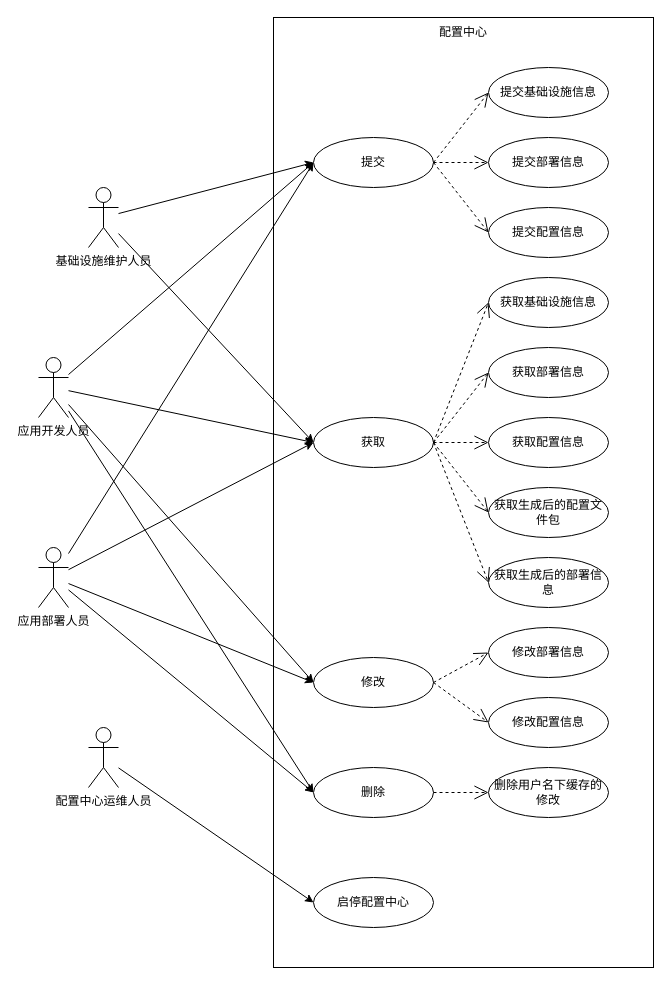
This is page "需求用例图1.2" (1 of 7) of docs/details/drawiofiles/需规原始图.drawio from dalgorithm-bastar/configer, a draw.io file, before an edit. Source tidied: cells renumbered, new cells numbered last; positions are measured from the earlier drawing's top-left corner, leaving out a move shared by most shapes. Both pictures are drawn from the tidied source at 100%, with x=0, y=0 at pixel (38, 17).
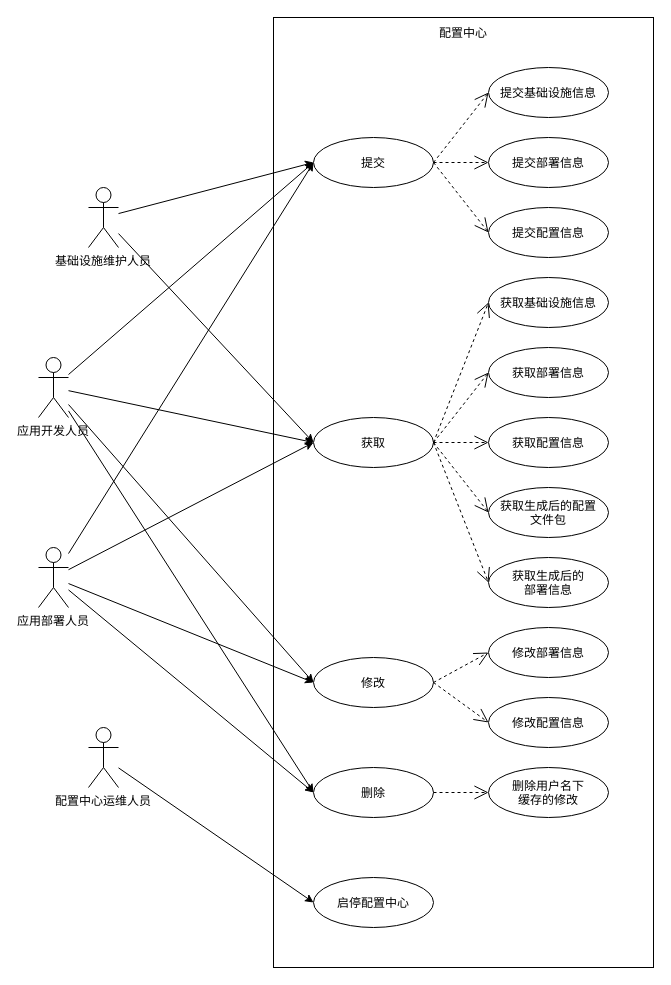
Above is the later version.

Diff of the diagram source:
```diff
@@
-    <mxCell id="5" value="基础设施维护人员" style="shape=umlActor;verticalLabelPosition=bottom;verticalAlign=top;html=1;" parent="1" vertex="1">
+    <mxCell id="5" value="基础设施维护人员" style="shape=umlActor;verticalLabelPosition=bottom;verticalAlign=top;" parent="1" vertex="1">
       <mxGeometry x="50" y="170" width="30" height="60" as="geometry" />
     </mxCell>
@@
-    <mxCell id="10" value="应用开发人员" style="shape=umlActor;verticalLabelPosition=bottom;verticalAlign=top;html=1;" parent="1" vertex="1">
+    <mxCell id="10" value="应用开发人员" style="shape=umlActor;verticalLabelPosition=bottom;verticalAlign=top;" parent="1" vertex="1">
       <mxGeometry y="340" width="30" height="60" as="geometry" />
     </mxCell>
@@
-    <mxCell id="15" value="应用部署人员" style="shape=umlActor;verticalLabelPosition=bottom;verticalAlign=top;html=1;" parent="1" vertex="1">
+    <mxCell id="15" value="应用部署人员" style="shape=umlActor;verticalLabelPosition=bottom;verticalAlign=top;" parent="1" vertex="1">
       <mxGeometry y="530" width="30" height="60" as="geometry" />
     </mxCell>
@@
-    <mxCell id="17" value="配置中心运维人员" style="shape=umlActor;verticalLabelPosition=bottom;verticalAlign=top;html=1;" parent="1" vertex="1">
+    <mxCell id="17" value="配置中心运维人员" style="shape=umlActor;verticalLabelPosition=bottom;verticalAlign=top;" parent="1" vertex="1">
       <mxGeometry x="50" y="710" width="30" height="60" as="geometry" />
     </mxCell>
-    <mxCell id="18" value="配置中心" style="text;html=1;strokeColor=none;fillColor=none;align=center;verticalAlign=middle;whiteSpace=wrap;rounded=0;" parent="1" vertex="1">
+    <mxCell id="18" value="配置中心" style="text;strokeColor=none;fillColor=none;align=center;verticalAlign=middle;rounded=0;" parent="1" vertex="1">
       <mxGeometry x="395" width="60" height="30" as="geometry" />
     </mxCell>
-    <mxCell id="19" value="提交" style="ellipse;whiteSpace=wrap;html=1;" parent="1" vertex="1">
+    <mxCell id="19" value="提交" style="ellipse;" parent="1" vertex="1">
       <mxGeometry x="275" y="120" width="120" height="50" as="geometry" />
     </mxCell>
-    <mxCell id="20" value="提交基础设施信息" style="ellipse;whiteSpace=wrap;html=1;" parent="1" vertex="1">
+    <mxCell id="20" value="提交基础设施信息" style="ellipse;" parent="1" vertex="1">
       <mxGeometry x="450" y="50" width="120" height="50" as="geometry" />
     </mxCell>
@@
-    <mxCell id="22" value="提交部署信息" style="ellipse;whiteSpace=wrap;html=1;" parent="1" vertex="1">
+    <mxCell id="22" value="提交部署信息" style="ellipse;" parent="1" vertex="1">
       <mxGeometry x="450" y="120" width="120" height="50" as="geometry" />
     </mxCell>
-    <mxCell id="23" value="提交配置信息" style="ellipse;whiteSpace=wrap;html=1;" parent="1" vertex="1">
+    <mxCell id="23" value="提交配置信息" style="ellipse;" parent="1" vertex="1">
       <mxGeometry x="450" y="190" width="120" height="50" as="geometry" />
     </mxCell>
@@
-    <mxCell id="26" value="获取" style="ellipse;whiteSpace=wrap;html=1;" parent="1" vertex="1">
+    <mxCell id="26" value="获取" style="ellipse;" parent="1" vertex="1">
       <mxGeometry x="275" y="400" width="120" height="50" as="geometry" />
     </mxCell>
-    <mxCell id="27" value="获取基础设施信息" style="ellipse;whiteSpace=wrap;html=1;" parent="1" vertex="1">
+    <mxCell id="27" value="获取基础设施信息" style="ellipse;" parent="1" vertex="1">
       <mxGeometry x="450" y="260" width="120" height="50" as="geometry" />
     </mxCell>
@@
-    <mxCell id="29" value="获取部署信息" style="ellipse;whiteSpace=wrap;html=1;" parent="1" vertex="1">
+    <mxCell id="29" value="获取部署信息" style="ellipse;" parent="1" vertex="1">
       <mxGeometry x="450" y="330" width="120" height="50" as="geometry" />
     </mxCell>
-    <mxCell id="30" value="获取配置信息" style="ellipse;whiteSpace=wrap;html=1;" parent="1" vertex="1">
+    <mxCell id="30" value="获取配置信息" style="ellipse;" parent="1" vertex="1">
       <mxGeometry x="450" y="400" width="120" height="50" as="geometry" />
     </mxCell>
@@
-    <mxCell id="33" value="获取生成后的配置文件包" style="ellipse;whiteSpace=wrap;html=1;" parent="1" vertex="1">
+    <mxCell id="33" value="获取生成后的配置&#10;文件包" style="ellipse;" parent="1" vertex="1">
       <mxGeometry x="450" y="470" width="120" height="50" as="geometry" />
     </mxCell>
-    <mxCell id="34" value="获取生成后的部署信息" style="ellipse;whiteSpace=wrap;html=1;" parent="1" vertex="1">
+    <mxCell id="34" value="获取生成后的&#10;部署信息" style="ellipse;" parent="1" vertex="1">
       <mxGeometry x="450" y="540" width="120" height="50" as="geometry" />
     </mxCell>
@@
-    <mxCell id="37" value="启停配置中心" style="ellipse;whiteSpace=wrap;html=1;" parent="1" vertex="1">
+    <mxCell id="37" value="启停配置中心" style="ellipse;" parent="1" vertex="1">
       <mxGeometry x="275" y="860" width="120" height="50" as="geometry" />
     </mxCell>
-    <mxCell id="38" value="修改" style="ellipse;whiteSpace=wrap;html=1;" parent="1" vertex="1">
+    <mxCell id="38" value="修改" style="ellipse;" parent="1" vertex="1">
       <mxGeometry x="275" y="640" width="120" height="50" as="geometry" />
     </mxCell>
-    <mxCell id="39" value="修改部署信息" style="ellipse;whiteSpace=wrap;html=1;" parent="1" vertex="1">
+    <mxCell id="39" value="修改部署信息" style="ellipse;" parent="1" vertex="1">
       <mxGeometry x="450" y="610" width="120" height="50" as="geometry" />
     </mxCell>
-    <mxCell id="40" value="修改配置信息" style="ellipse;whiteSpace=wrap;html=1;" parent="1" vertex="1">
+    <mxCell id="40" value="修改配置信息" style="ellipse;" parent="1" vertex="1">
       <mxGeometry x="450" y="680" width="120" height="50" as="geometry" />
     </mxCell>
@@
-    <mxCell id="43" value="删除" style="ellipse;whiteSpace=wrap;html=1;" parent="1" vertex="1">
+    <mxCell id="43" value="删除" style="ellipse;" parent="1" vertex="1">
       <mxGeometry x="275" y="750" width="120" height="50" as="geometry" />
     </mxCell>
-    <mxCell id="44" value="删除用户名下缓存的修改" style="ellipse;whiteSpace=wrap;html=1;" parent="1" vertex="1">
+    <mxCell id="44" value="删除用户名下&#10;缓存的修改" style="ellipse;" parent="1" vertex="1">
       <mxGeometry x="450" y="750" width="120" height="50" as="geometry" />
     </mxCell>
```
